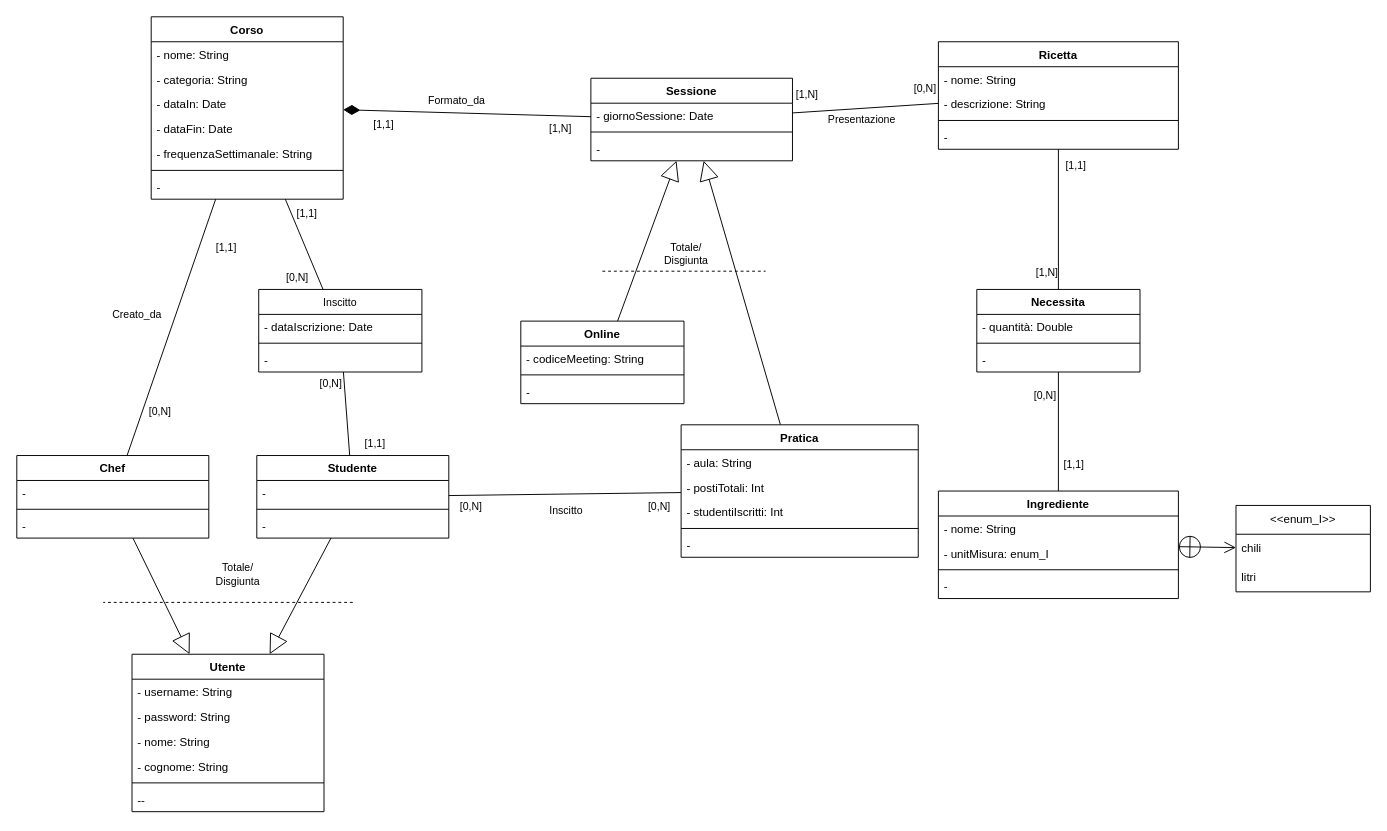
Earlier version of the draw.io diagram page "umlNonRistrutturato" (1 of 4) of bdd/uml/UML1.drawio (MetisWastaken/UninaFoodLab). Source tidied: cells renumbered, new cells numbered last; positions are measured from the earlier drawing's top-left corner, leaving out a move shared by most shapes. Both pictures are drawn from the tidied source at 96%, with x=0, y=0 at pixel (16, 16).
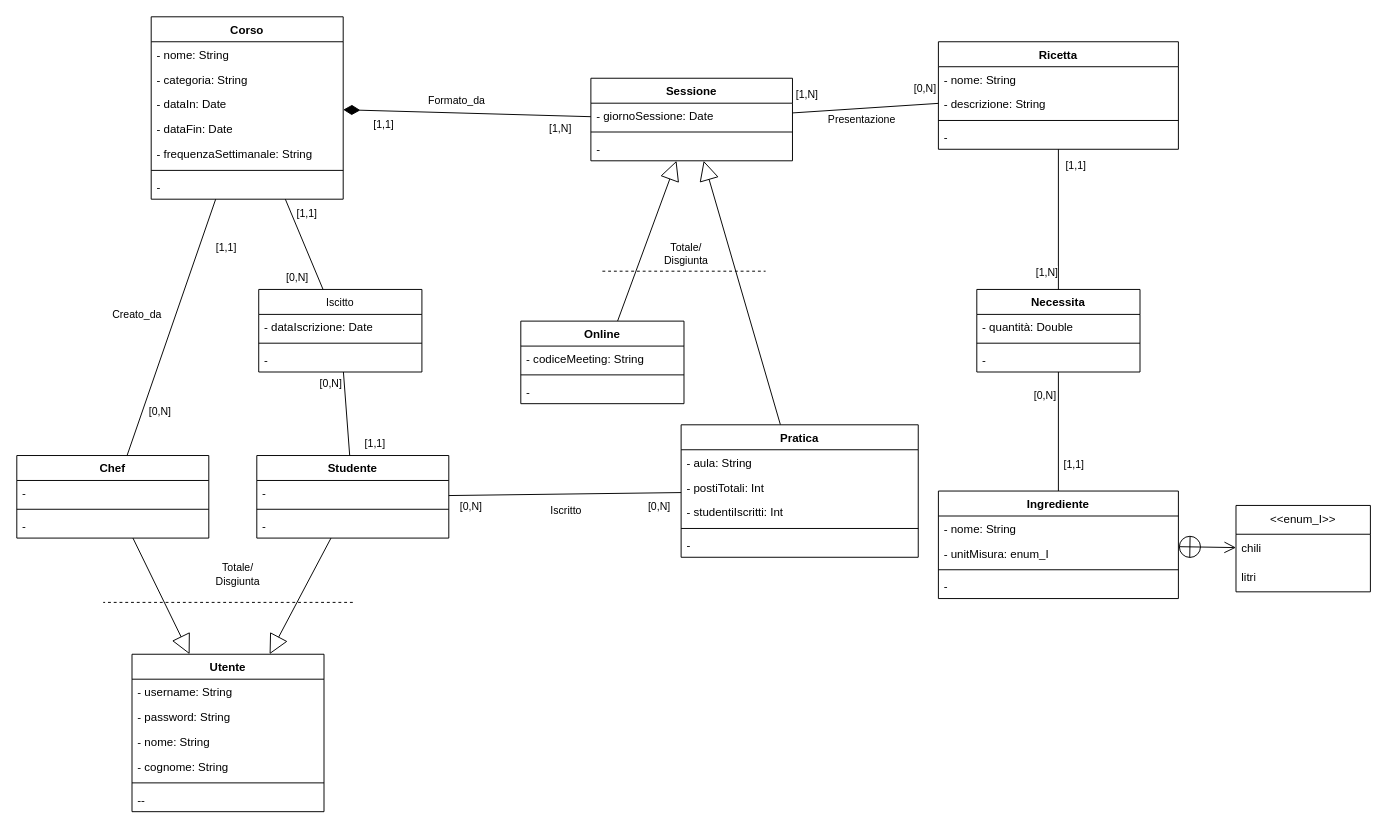
The same page after the edit.

Unchanged cells that the change refers to:
```xml
<mxCell id="76" style="edgeStyle=none;shape=connector;rounded=0;jettySize=auto;html=1;strokeColor=default;strokeWidth=1;align=center;verticalAlign=middle;endArrow=none;endFill=0;endSize=6;" parent="1" edge="1" source="37" target="23">
  <mxGeometry relative="1" as="geometry" />
</mxCell>
```

Change to the diagram source:
```diff
@@
-    <mxCell id="77" value="Inscitto" style="edgeLabel;html=1;align=center;verticalAlign=middle;" parent="76" vertex="1">
+    <mxCell id="77" value="Iscritto" style="edgeLabel;html=1;align=center;verticalAlign=middle;" parent="76" vertex="1">
       <mxGeometry x="-0.14" y="-2" relative="1" as="geometry">
         <mxPoint x="-16" y="19" as="offset" />
       </mxGeometry>
     </mxCell>
@@
-    <mxCell id="90" value="&lt;span style=&quot;font-size: 11px; font-weight: 400; text-wrap-mode: nowrap; background-color: rgb(255, 255, 255);&quot;&gt;Inscitto&lt;/span&gt;" style="swimlane;align=center;verticalAlign=top;horizontal=1;startSize=26;whiteSpace=wrap;html=1;" parent="1" vertex="1">
+    <mxCell id="90" value="&lt;span style=&quot;font-size: 11px; font-weight: 400; text-wrap-mode: nowrap; background-color: rgb(255, 255, 255);&quot;&gt;Iscitto&lt;/span&gt;" style="swimlane;align=center;verticalAlign=top;horizontal=1;startSize=26;whiteSpace=wrap;html=1;" parent="1" vertex="1">
       <mxGeometry x="252" y="284" width="170" height="86" as="geometry" />
     </mxCell>
```
